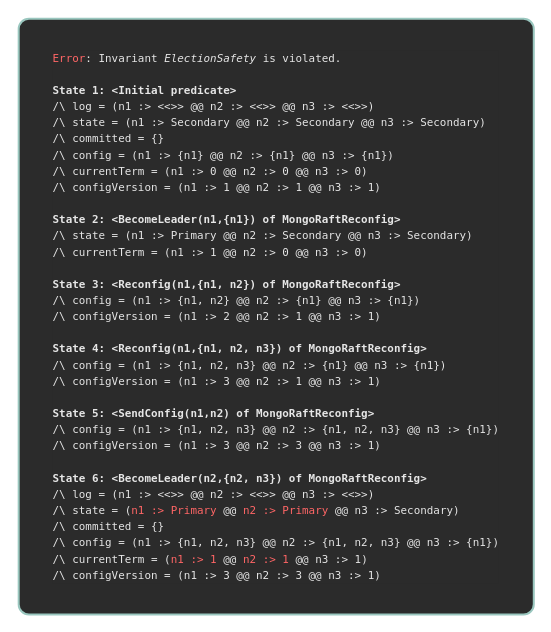
will62794/reconfig-traces keeps this draw.io diagram as page "t1" (1 of 8) of traces/traces.drawio. Above is the earlier version. Source tidied: cells renumbered, new cells numbered last; positions are measured from the earlier drawing's top-left corner, leaving out a move shared by most shapes. Both pictures are drawn from the tidied source at 101%, with x=0, y=0 at pixel (18, 18).
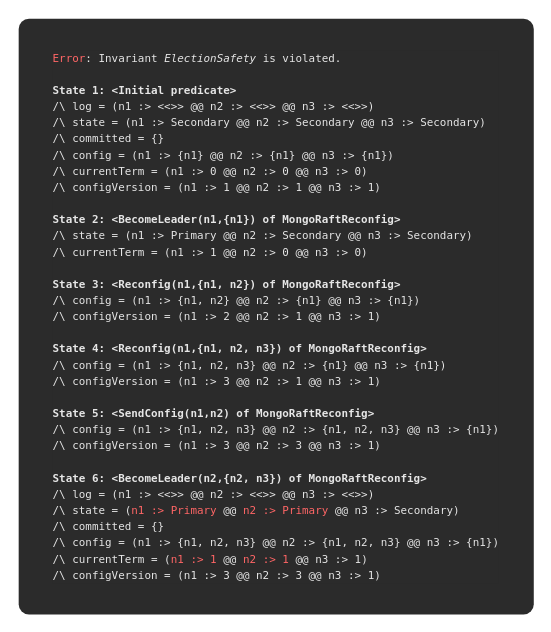
The same diagram, later.

What changed in the source:
```diff
@@
 <mxGraphModel>
   <root>
     <mxCell id="0" />
     <mxCell id="1" parent="0" />
-    <mxCell id="2" value="&lt;div style=&quot;background-color: rgb(43, 43, 43); line-height: 16px;&quot;&gt;&lt;div style=&quot;text-align: left; font-family: Menlo, Monaco, &amp;quot;Courier New&amp;quot;, monospace; font-size: 10.8px; white-space: pre;&quot;&gt;&lt;font style=&quot;color: rgb(255, 102, 102);&quot;&gt;Error&lt;/font&gt;&lt;font style=&quot;color: rgb(230, 230, 230);&quot;&gt;: Invariant &lt;i&gt;ElectionSafety&lt;/i&gt; is violated.&lt;/font&gt;&lt;/div&gt;&lt;div style=&quot;text-align: left; font-family: Menlo, Monaco, &amp;quot;Courier New&amp;quot;, monospace; font-size: 10.8px; white-space: pre;&quot;&gt;&lt;b&gt;&lt;font style=&quot;color: rgb(230, 230, 230);&quot;&gt;&lt;br&gt;&lt;/font&gt;&lt;/b&gt;&lt;/div&gt;&lt;div style=&quot;text-align: left; font-family: Menlo, Monaco, &amp;quot;Courier New&amp;quot;, monospace; font-size: 10.8px; white-space: pre;&quot;&gt;&lt;b&gt;&lt;font style=&quot;color: rgb(230, 230, 230);&quot;&gt;State 1: &amp;lt;Initial predicate&amp;gt;&lt;/font&gt;&lt;/b&gt;&lt;/div&gt;&lt;div style=&quot;text-align: left; font-family: Menlo, Monaco, &amp;quot;Courier New&amp;quot;, monospace; font-size: 10.8px; white-space: pre;&quot;&gt;&lt;font style=&quot;color: rgb(230, 230, 230);&quot;&gt;/\ log = (n1 :&amp;gt; &amp;lt;&amp;lt;&amp;gt;&amp;gt; @@ n2 :&amp;gt; &amp;lt;&amp;lt;&amp;gt;&amp;gt; @@ n3 :&amp;gt; &amp;lt;&amp;lt;&amp;gt;&amp;gt;)&lt;/font&gt;&lt;/div&gt;&lt;div style=&quot;text-align: left; font-family: Menlo, Monaco, &amp;quot;Courier New&amp;quot;, monospace; font-size: 10.8px; white-space: pre;&quot;&gt;&lt;font style=&quot;color: rgb(230, 230, 230);&quot;&gt;/\ state = (n1 :&amp;gt; Secondary @@ n2 :&amp;gt; Secondary @@ n3 :&amp;gt; Secondary)&lt;/font&gt;&lt;/div&gt;&lt;div style=&quot;text-align: left; font-family: Menlo, Monaco, &amp;quot;Courier New&amp;quot;, monospace; font-size: 10.8px; white-space: pre;&quot;&gt;&lt;font style=&quot;color: rgb(230, 230, 230);&quot;&gt;/\ committed = {}&lt;/font&gt;&lt;/div&gt;&lt;div style=&quot;text-align: left; font-family: Menlo, Monaco, &amp;quot;Courier New&amp;quot;, monospace; font-size: 10.8px; white-space: pre;&quot;&gt;&lt;font style=&quot;color: rgb(230, 230, 230);&quot;&gt;/\ config = (n1 :&amp;gt; {n1} @@ n2 :&amp;gt; {n1} @@ n3 :&amp;gt; {n1})&lt;/font&gt;&lt;/div&gt;&lt;div style=&quot;text-align: left; font-family: Menlo, Monaco, &amp;quot;Courier New&amp;quot;, monospace; font-size: 10.8px; white-space: pre;&quot;&gt;&lt;font style=&quot;color: rgb(230, 230, 230);&quot;&gt;/\ currentTerm = (n1 :&amp;gt; 0 @@ n2 :&amp;gt; 0 @@ n3 :&amp;gt; 0)&lt;/font&gt;&lt;/div&gt;&lt;div style=&quot;text-align: left; font-family: Menlo, Monaco, &amp;quot;Courier New&amp;quot;, monospace; font-size: 10.8px; white-space: pre;&quot;&gt;&lt;font style=&quot;color: rgb(230, 230, 230);&quot;&gt;/\ configVersion = (n1 :&amp;gt; 1 @@ n2 :&amp;gt; 1 @@ n3 :&amp;gt; 1)&lt;/font&gt;&lt;/div&gt;&lt;div style=&quot;text-align: left;&quot;&gt;&lt;font style=&quot;color: rgb(230, 230, 230);&quot;&gt;&lt;br&gt;&lt;/font&gt;&lt;/div&gt;&lt;div style=&quot;text-align: left; font-family: Menlo, Monaco, &amp;quot;Courier New&amp;quot;, monospace; font-size: 10.8px; white-space: pre;&quot;&gt;&lt;b&gt;&lt;font style=&quot;color: rgb(230, 230, 230);&quot;&gt;State 2: &amp;lt;BecomeLeader(n1,{n1}) of MongoRaftReconfig&amp;gt;&lt;/font&gt;&lt;/b&gt;&lt;/div&gt;&lt;div style=&quot;text-align: left; font-family: Menlo, Monaco, &amp;quot;Courier New&amp;quot;, monospace; font-size: 10.8px; white-space: pre;&quot;&gt;&lt;font style=&quot;color: rgb(230, 230, 230);&quot;&gt;/\ state = (n1 :&amp;gt; Primary @@ n2 :&amp;gt; Secondary @@ n3 :&amp;gt; Secondary)&lt;/font&gt;&lt;/div&gt;&lt;div style=&quot;text-align: left; font-family: Menlo, Monaco, &amp;quot;Courier New&amp;quot;, monospace; font-size: 10.8px; white-space: pre;&quot;&gt;&lt;font style=&quot;color: rgb(230, 230, 230);&quot;&gt;/\ currentTerm = (n1 :&amp;gt; 1 @@ n2 :&amp;gt; 0 @@ n3 :&amp;gt; 0)&lt;/font&gt;&lt;/div&gt;&lt;div style=&quot;text-align: left;&quot;&gt;&lt;font style=&quot;color: rgb(230, 230, 230);&quot;&gt;&lt;br&gt;&lt;/font&gt;&lt;/div&gt;&lt;div style=&quot;text-align: left; font-family: Menlo, Monaco, &amp;quot;Courier New&amp;quot;, monospace; font-size: 10.8px; white-space: pre;&quot;&gt;&lt;b&gt;&lt;font style=&quot;color: rgb(230, 230, 230);&quot;&gt;State 3: &amp;lt;Reconfig(n1,{n1, n2}) of MongoRaftReconfig&amp;gt;&lt;/font&gt;&lt;/b&gt;&lt;/div&gt;&lt;div style=&quot;text-align: left; font-family: Menlo, Monaco, &amp;quot;Courier New&amp;quot;, monospace; font-size: 10.8px; white-space: pre;&quot;&gt;&lt;font style=&quot;color: rgb(230, 230, 230);&quot;&gt;/\ config = (n1 :&amp;gt; {n1, n2} @@ n2 :&amp;gt; {n1} @@ n3 :&amp;gt; {n1})&lt;/font&gt;&lt;/div&gt;&lt;div style=&quot;text-align: left; font-family: Menlo, Monaco, &amp;quot;Courier New&amp;quot;, monospace; font-size: 10.8px; white-space: pre;&quot;&gt;&lt;font style=&quot;color: rgb(230, 230, 230);&quot;&gt;/\ configVersion = (n1 :&amp;gt; 2 @@ n2 :&amp;gt; 1 @@ n3 :&amp;gt; 1)&lt;/font&gt;&lt;/div&gt;&lt;div style=&quot;text-align: left;&quot;&gt;&lt;font style=&quot;color: rgb(230, 230, 230);&quot;&gt;&lt;br&gt;&lt;/font&gt;&lt;/div&gt;&lt;div style=&quot;text-align: left; font-family: Menlo, Monaco, &amp;quot;Courier New&amp;quot;, monospace; font-size: 10.8px; white-space: pre;&quot;&gt;&lt;b&gt;&lt;font style=&quot;color: rgb(230, 230, 230);&quot;&gt;State 4: &amp;lt;Reconfig(n1,{n1, n2, n3}) of MongoRaftReconfig&amp;gt;&lt;/font&gt;&lt;/b&gt;&lt;/div&gt;&lt;div style=&quot;text-align: left; font-family: Menlo, Monaco, &amp;quot;Courier New&amp;quot;, monospace; font-size: 10.8px; white-space: pre;&quot;&gt;&lt;font style=&quot;color: rgb(230, 230, 230);&quot;&gt;/\ config = (n1 :&amp;gt; {n1, n2, n3} @@ n2 :&amp;gt; {n1} @@ n3 :&amp;gt; {n1})&lt;/font&gt;&lt;/div&gt;&lt;div style=&quot;text-align: left; font-family: Menlo, Monaco, &amp;quot;Courier New&amp;quot;, monospace; font-size: 10.8px; white-space: pre;&quot;&gt;&lt;font style=&quot;color: rgb(230, 230, 230);&quot;&gt;/\ configVersion = (n1 :&amp;gt; 3 @@ n2 :&amp;gt; 1 @@ n3 :&amp;gt; 1)&lt;/font&gt;&lt;/div&gt;&lt;div style=&quot;text-align: left;&quot;&gt;&lt;font style=&quot;color: rgb(230, 230, 230);&quot;&gt;&lt;br&gt;&lt;/font&gt;&lt;/div&gt;&lt;div style=&quot;text-align: left; font-family: Menlo, Monaco, &amp;quot;Courier New&amp;quot;, monospace; font-size: 10.8px; white-space: pre;&quot;&gt;&lt;b&gt;&lt;font style=&quot;color: rgb(230, 230, 230);&quot;&gt;State 5: &amp;lt;SendConfig(n1,n2) of MongoRaftReconfig&amp;gt;&lt;/font&gt;&lt;/b&gt;&lt;/div&gt;&lt;div style=&quot;text-align: left; font-family: Menlo, Monaco, &amp;quot;Courier New&amp;quot;, monospace; font-size: 10.8px; white-space: pre;&quot;&gt;&lt;font style=&quot;color: rgb(230, 230, 230);&quot;&gt;/\ config = (n1 :&amp;gt; {n1, n2, n3} @@ n2 :&amp;gt; {n1, n2, n3} @@ n3 :&amp;gt; {n1})&lt;/font&gt;&lt;/div&gt;&lt;div style=&quot;text-align: left; font-family: Menlo, Monaco, &amp;quot;Courier New&amp;quot;, monospace; font-size: 10.8px; white-space: pre;&quot;&gt;&lt;font style=&quot;color: rgb(230, 230, 230);&quot;&gt;/\ configVersion = (n1 :&amp;gt; 3 @@ n2 :&amp;gt; 3 @@ n3 :&amp;gt; 1)&lt;/font&gt;&lt;/div&gt;&lt;div style=&quot;text-align: left;&quot;&gt;&lt;font style=&quot;color: rgb(230, 230, 230);&quot;&gt;&lt;br&gt;&lt;/font&gt;&lt;/div&gt;&lt;div style=&quot;text-align: left; font-family: Menlo, Monaco, &amp;quot;Courier New&amp;quot;, monospace; font-size: 10.8px; white-space: pre;&quot;&gt;&lt;b&gt;&lt;font style=&quot;color: rgb(230, 230, 230);&quot;&gt;State 6: &amp;lt;BecomeLeader(n2,{n2, n3}) of MongoRaftReconfig&amp;gt;&lt;/font&gt;&lt;/b&gt;&lt;/div&gt;&lt;div style=&quot;text-align: left; font-family: Menlo, Monaco, &amp;quot;Courier New&amp;quot;, monospace; font-size: 10.8px; white-space: pre;&quot;&gt;&lt;font style=&quot;color: rgb(230, 230, 230);&quot;&gt;/\ log = (n1 :&amp;gt; &amp;lt;&amp;lt;&amp;gt;&amp;gt; @@ n2 :&amp;gt; &amp;lt;&amp;lt;&amp;gt;&amp;gt; @@ n3 :&amp;gt; &amp;lt;&amp;lt;&amp;gt;&amp;gt;)&lt;/font&gt;&lt;/div&gt;&lt;div style=&quot;text-align: left; font-family: Menlo, Monaco, &amp;quot;Courier New&amp;quot;, monospace; font-size: 10.8px; white-space: pre;&quot;&gt;&lt;font&gt;&lt;font color=&quot;#e6e6e6&quot;&gt;/\ state = (&lt;/font&gt;&lt;font style=&quot;color: rgb(255, 102, 102);&quot;&gt;n1 :&amp;gt; &lt;font style=&quot;&quot;&gt;Primary&lt;/font&gt;&lt;/font&gt;&lt;span style=&quot;color: rgb(230, 230, 230);&quot;&gt; @@ &lt;/span&gt;&lt;font style=&quot;color: rgb(255, 102, 102);&quot;&gt;n2 :&amp;gt; &lt;font style=&quot;&quot;&gt;Primary&lt;/font&gt;&lt;/font&gt;&lt;font style=&quot;color: rgb(230, 230, 230);&quot;&gt; @@ n3 :&amp;gt; Secondary)&lt;/font&gt;&lt;/font&gt;&lt;/div&gt;&lt;div style=&quot;text-align: left; font-family: Menlo, Monaco, &amp;quot;Courier New&amp;quot;, monospace; font-size: 10.8px; white-space: pre;&quot;&gt;&lt;font style=&quot;color: rgb(230, 230, 230);&quot;&gt;/\ committed = {}&lt;/font&gt;&lt;/div&gt;&lt;div style=&quot;text-align: left; font-family: Menlo, Monaco, &amp;quot;Courier New&amp;quot;, monospace; font-size: 10.8px; white-space: pre;&quot;&gt;&lt;font style=&quot;color: rgb(230, 230, 230);&quot;&gt;/\ config = (n1 :&amp;gt; {n1, n2, n3} @@ n2 :&amp;gt; {n1, n2, n3} @@ n3 :&amp;gt; {n1})&lt;/font&gt;&lt;/div&gt;&lt;div style=&quot;text-align: left; font-family: Menlo, Monaco, &amp;quot;Courier New&amp;quot;, monospace; font-size: 10.8px; white-space: pre;&quot;&gt;&lt;font style=&quot;color: rgb(230, 230, 230);&quot;&gt;/\ currentTerm = (&lt;/font&gt;&lt;font style=&quot;color: rgb(255, 102, 102);&quot;&gt;n1 :&amp;gt; 1&lt;/font&gt;&lt;font style=&quot;color: rgb(230, 230, 230);&quot;&gt; @@ &lt;/font&gt;&lt;font style=&quot;color: rgb(255, 102, 102);&quot;&gt;n2 :&amp;gt; 1&lt;/font&gt;&lt;font style=&quot;color: rgb(230, 230, 230);&quot;&gt; @@ n3 :&amp;gt; 1)&lt;/font&gt;&lt;/div&gt;&lt;div style=&quot;text-align: left; font-family: Menlo, Monaco, &amp;quot;Courier New&amp;quot;, monospace; font-size: 10.8px; white-space: pre;&quot;&gt;&lt;font style=&quot;color: rgb(230, 230, 230);&quot;&gt;/\ configVersion = (n1 :&amp;gt; 3 @@ n2 :&amp;gt; 3 @@ n3 :&amp;gt; 1)&lt;/font&gt;&lt;/div&gt;&lt;/div&gt;" style="text;html=1;align=center;verticalAlign=middle;whiteSpace=wrap;rounded=1;strokeColor=#9AC7BF;fillColor=light-dark(#2B2B2B,#282A35);gradientColor=none;arcSize=2;imageHeight=24;strokeWidth=2;" parent="1" vertex="1">
+    <mxCell id="2" value="&lt;div style=&quot;background-color: rgb(43, 43, 43); line-height: 16px;&quot;&gt;&lt;div style=&quot;text-align: left; font-family: Menlo, Monaco, &amp;quot;Courier New&amp;quot;, monospace; font-size: 10.8px; white-space: pre;&quot;&gt;&lt;font style=&quot;color: rgb(255, 102, 102);&quot;&gt;Error&lt;/font&gt;&lt;font style=&quot;color: rgb(230, 230, 230);&quot;&gt;: Invariant &lt;i&gt;ElectionSafety&lt;/i&gt; is violated.&lt;/font&gt;&lt;/div&gt;&lt;div style=&quot;text-align: left; font-family: Menlo, Monaco, &amp;quot;Courier New&amp;quot;, monospace; font-size: 10.8px; white-space: pre;&quot;&gt;&lt;b&gt;&lt;font style=&quot;color: rgb(230, 230, 230);&quot;&gt;&lt;br&gt;&lt;/font&gt;&lt;/b&gt;&lt;/div&gt;&lt;div style=&quot;text-align: left; font-family: Menlo, Monaco, &amp;quot;Courier New&amp;quot;, monospace; font-size: 10.8px; white-space: pre;&quot;&gt;&lt;b&gt;&lt;font style=&quot;color: rgb(230, 230, 230);&quot;&gt;State 1: &amp;lt;Initial predicate&amp;gt;&lt;/font&gt;&lt;/b&gt;&lt;/div&gt;&lt;div style=&quot;text-align: left; font-family: Menlo, Monaco, &amp;quot;Courier New&amp;quot;, monospace; font-size: 10.8px; white-space: pre;&quot;&gt;&lt;font style=&quot;color: rgb(230, 230, 230);&quot;&gt;/\ log = (n1 :&amp;gt; &amp;lt;&amp;lt;&amp;gt;&amp;gt; @@ n2 :&amp;gt; &amp;lt;&amp;lt;&amp;gt;&amp;gt; @@ n3 :&amp;gt; &amp;lt;&amp;lt;&amp;gt;&amp;gt;)&lt;/font&gt;&lt;/div&gt;&lt;div style=&quot;text-align: left; font-family: Menlo, Monaco, &amp;quot;Courier New&amp;quot;, monospace; font-size: 10.8px; white-space: pre;&quot;&gt;&lt;font style=&quot;color: rgb(230, 230, 230);&quot;&gt;/\ state = (n1 :&amp;gt; Secondary @@ n2 :&amp;gt; Secondary @@ n3 :&amp;gt; Secondary)&lt;/font&gt;&lt;/div&gt;&lt;div style=&quot;text-align: left; font-family: Menlo, Monaco, &amp;quot;Courier New&amp;quot;, monospace; font-size: 10.8px; white-space: pre;&quot;&gt;&lt;font style=&quot;color: rgb(230, 230, 230);&quot;&gt;/\ committed = {}&lt;/font&gt;&lt;/div&gt;&lt;div style=&quot;text-align: left; font-family: Menlo, Monaco, &amp;quot;Courier New&amp;quot;, monospace; font-size: 10.8px; white-space: pre;&quot;&gt;&lt;font style=&quot;color: rgb(230, 230, 230);&quot;&gt;/\ config = (n1 :&amp;gt; {n1} @@ n2 :&amp;gt; {n1} @@ n3 :&amp;gt; {n1})&lt;/font&gt;&lt;/div&gt;&lt;div style=&quot;text-align: left; font-family: Menlo, Monaco, &amp;quot;Courier New&amp;quot;, monospace; font-size: 10.8px; white-space: pre;&quot;&gt;&lt;font style=&quot;color: rgb(230, 230, 230);&quot;&gt;/\ currentTerm = (n1 :&amp;gt; 0 @@ n2 :&amp;gt; 0 @@ n3 :&amp;gt; 0)&lt;/font&gt;&lt;/div&gt;&lt;div style=&quot;text-align: left; font-family: Menlo, Monaco, &amp;quot;Courier New&amp;quot;, monospace; font-size: 10.8px; white-space: pre;&quot;&gt;&lt;font style=&quot;color: rgb(230, 230, 230);&quot;&gt;/\ configVersion = (n1 :&amp;gt; 1 @@ n2 :&amp;gt; 1 @@ n3 :&amp;gt; 1)&lt;/font&gt;&lt;/div&gt;&lt;div style=&quot;text-align: left;&quot;&gt;&lt;font style=&quot;color: rgb(230, 230, 230);&quot;&gt;&lt;br&gt;&lt;/font&gt;&lt;/div&gt;&lt;div style=&quot;text-align: left; font-family: Menlo, Monaco, &amp;quot;Courier New&amp;quot;, monospace; font-size: 10.8px; white-space: pre;&quot;&gt;&lt;b&gt;&lt;font style=&quot;color: rgb(230, 230, 230);&quot;&gt;State 2: &amp;lt;BecomeLeader(n1,{n1}) of MongoRaftReconfig&amp;gt;&lt;/font&gt;&lt;/b&gt;&lt;/div&gt;&lt;div style=&quot;text-align: left; font-family: Menlo, Monaco, &amp;quot;Courier New&amp;quot;, monospace; font-size: 10.8px; white-space: pre;&quot;&gt;&lt;font style=&quot;color: rgb(230, 230, 230);&quot;&gt;/\ state = (n1 :&amp;gt; Primary @@ n2 :&amp;gt; Secondary @@ n3 :&amp;gt; Secondary)&lt;/font&gt;&lt;/div&gt;&lt;div style=&quot;text-align: left; font-family: Menlo, Monaco, &amp;quot;Courier New&amp;quot;, monospace; font-size: 10.8px; white-space: pre;&quot;&gt;&lt;font style=&quot;color: rgb(230, 230, 230);&quot;&gt;/\ currentTerm = (n1 :&amp;gt; 1 @@ n2 :&amp;gt; 0 @@ n3 :&amp;gt; 0)&lt;/font&gt;&lt;/div&gt;&lt;div style=&quot;text-align: left;&quot;&gt;&lt;font style=&quot;color: rgb(230, 230, 230);&quot;&gt;&lt;br&gt;&lt;/font&gt;&lt;/div&gt;&lt;div style=&quot;text-align: left; font-family: Menlo, Monaco, &amp;quot;Courier New&amp;quot;, monospace; font-size: 10.8px; white-space: pre;&quot;&gt;&lt;b&gt;&lt;font style=&quot;color: rgb(230, 230, 230);&quot;&gt;State 3: &amp;lt;Reconfig(n1,{n1, n2}) of MongoRaftReconfig&amp;gt;&lt;/font&gt;&lt;/b&gt;&lt;/div&gt;&lt;div style=&quot;text-align: left; font-family: Menlo, Monaco, &amp;quot;Courier New&amp;quot;, monospace; font-size: 10.8px; white-space: pre;&quot;&gt;&lt;font style=&quot;color: rgb(230, 230, 230);&quot;&gt;/\ config = (n1 :&amp;gt; {n1, n2} @@ n2 :&amp;gt; {n1} @@ n3 :&amp;gt; {n1})&lt;/font&gt;&lt;/div&gt;&lt;div style=&quot;text-align: left; font-family: Menlo, Monaco, &amp;quot;Courier New&amp;quot;, monospace; font-size: 10.8px; white-space: pre;&quot;&gt;&lt;font style=&quot;color: rgb(230, 230, 230);&quot;&gt;/\ configVersion = (n1 :&amp;gt; 2 @@ n2 :&amp;gt; 1 @@ n3 :&amp;gt; 1)&lt;/font&gt;&lt;/div&gt;&lt;div style=&quot;text-align: left;&quot;&gt;&lt;font style=&quot;color: rgb(230, 230, 230);&quot;&gt;&lt;br&gt;&lt;/font&gt;&lt;/div&gt;&lt;div style=&quot;text-align: left; font-family: Menlo, Monaco, &amp;quot;Courier New&amp;quot;, monospace; font-size: 10.8px; white-space: pre;&quot;&gt;&lt;b&gt;&lt;font style=&quot;color: rgb(230, 230, 230);&quot;&gt;State 4: &amp;lt;Reconfig(n1,{n1, n2, n3}) of MongoRaftReconfig&amp;gt;&lt;/font&gt;&lt;/b&gt;&lt;/div&gt;&lt;div style=&quot;text-align: left; font-family: Menlo, Monaco, &amp;quot;Courier New&amp;quot;, monospace; font-size: 10.8px; white-space: pre;&quot;&gt;&lt;font style=&quot;color: rgb(230, 230, 230);&quot;&gt;/\ config = (n1 :&amp;gt; {n1, n2, n3} @@ n2 :&amp;gt; {n1} @@ n3 :&amp;gt; {n1})&lt;/font&gt;&lt;/div&gt;&lt;div style=&quot;text-align: left; font-family: Menlo, Monaco, &amp;quot;Courier New&amp;quot;, monospace; font-size: 10.8px; white-space: pre;&quot;&gt;&lt;font style=&quot;color: rgb(230, 230, 230);&quot;&gt;/\ configVersion = (n1 :&amp;gt; 3 @@ n2 :&amp;gt; 1 @@ n3 :&amp;gt; 1)&lt;/font&gt;&lt;/div&gt;&lt;div style=&quot;text-align: left;&quot;&gt;&lt;font style=&quot;color: rgb(230, 230, 230);&quot;&gt;&lt;br&gt;&lt;/font&gt;&lt;/div&gt;&lt;div style=&quot;text-align: left; font-family: Menlo, Monaco, &amp;quot;Courier New&amp;quot;, monospace; font-size: 10.8px; white-space: pre;&quot;&gt;&lt;b&gt;&lt;font style=&quot;color: rgb(230, 230, 230);&quot;&gt;State 5: &amp;lt;SendConfig(n1,n2) of MongoRaftReconfig&amp;gt;&lt;/font&gt;&lt;/b&gt;&lt;/div&gt;&lt;div style=&quot;text-align: left; font-family: Menlo, Monaco, &amp;quot;Courier New&amp;quot;, monospace; font-size: 10.8px; white-space: pre;&quot;&gt;&lt;font style=&quot;color: rgb(230, 230, 230);&quot;&gt;/\ config = (n1 :&amp;gt; {n1, n2, n3} @@ n2 :&amp;gt; {n1, n2, n3} @@ n3 :&amp;gt; {n1})&lt;/font&gt;&lt;/div&gt;&lt;div style=&quot;text-align: left; font-family: Menlo, Monaco, &amp;quot;Courier New&amp;quot;, monospace; font-size: 10.8px; white-space: pre;&quot;&gt;&lt;font style=&quot;color: rgb(230, 230, 230);&quot;&gt;/\ configVersion = (n1 :&amp;gt; 3 @@ n2 :&amp;gt; 3 @@ n3 :&amp;gt; 1)&lt;/font&gt;&lt;/div&gt;&lt;div style=&quot;text-align: left;&quot;&gt;&lt;font style=&quot;color: rgb(230, 230, 230);&quot;&gt;&lt;br&gt;&lt;/font&gt;&lt;/div&gt;&lt;div style=&quot;text-align: left; font-family: Menlo, Monaco, &amp;quot;Courier New&amp;quot;, monospace; font-size: 10.8px; white-space: pre;&quot;&gt;&lt;b&gt;&lt;font style=&quot;color: rgb(230, 230, 230);&quot;&gt;State 6: &amp;lt;BecomeLeader(n2,{n2, n3}) of MongoRaftReconfig&amp;gt;&lt;/font&gt;&lt;/b&gt;&lt;/div&gt;&lt;div style=&quot;text-align: left; font-family: Menlo, Monaco, &amp;quot;Courier New&amp;quot;, monospace; font-size: 10.8px; white-space: pre;&quot;&gt;&lt;font style=&quot;color: rgb(230, 230, 230);&quot;&gt;/\ log = (n1 :&amp;gt; &amp;lt;&amp;lt;&amp;gt;&amp;gt; @@ n2 :&amp;gt; &amp;lt;&amp;lt;&amp;gt;&amp;gt; @@ n3 :&amp;gt; &amp;lt;&amp;lt;&amp;gt;&amp;gt;)&lt;/font&gt;&lt;/div&gt;&lt;div style=&quot;text-align: left; font-family: Menlo, Monaco, &amp;quot;Courier New&amp;quot;, monospace; font-size: 10.8px; white-space: pre;&quot;&gt;&lt;font&gt;&lt;font color=&quot;#e6e6e6&quot;&gt;/\ state = (&lt;/font&gt;&lt;font style=&quot;color: rgb(255, 102, 102);&quot;&gt;n1 :&amp;gt; &lt;font style=&quot;&quot;&gt;Primary&lt;/font&gt;&lt;/font&gt;&lt;span style=&quot;color: rgb(230, 230, 230);&quot;&gt; @@ &lt;/span&gt;&lt;font style=&quot;color: rgb(255, 102, 102);&quot;&gt;n2 :&amp;gt; &lt;font style=&quot;&quot;&gt;Primary&lt;/font&gt;&lt;/font&gt;&lt;font style=&quot;color: rgb(230, 230, 230);&quot;&gt; @@ n3 :&amp;gt; Secondary)&lt;/font&gt;&lt;/font&gt;&lt;/div&gt;&lt;div style=&quot;text-align: left; font-family: Menlo, Monaco, &amp;quot;Courier New&amp;quot;, monospace; font-size: 10.8px; white-space: pre;&quot;&gt;&lt;font style=&quot;color: rgb(230, 230, 230);&quot;&gt;/\ committed = {}&lt;/font&gt;&lt;/div&gt;&lt;div style=&quot;text-align: left; font-family: Menlo, Monaco, &amp;quot;Courier New&amp;quot;, monospace; font-size: 10.8px; white-space: pre;&quot;&gt;&lt;font style=&quot;color: rgb(230, 230, 230);&quot;&gt;/\ config = (n1 :&amp;gt; {n1, n2, n3} @@ n2 :&amp;gt; {n1, n2, n3} @@ n3 :&amp;gt; {n1})&lt;/font&gt;&lt;/div&gt;&lt;div style=&quot;text-align: left; font-family: Menlo, Monaco, &amp;quot;Courier New&amp;quot;, monospace; font-size: 10.8px; white-space: pre;&quot;&gt;&lt;font style=&quot;color: rgb(230, 230, 230);&quot;&gt;/\ currentTerm = (&lt;/font&gt;&lt;font style=&quot;color: rgb(255, 102, 102);&quot;&gt;n1 :&amp;gt; 1&lt;/font&gt;&lt;font style=&quot;color: rgb(230, 230, 230);&quot;&gt; @@ &lt;/font&gt;&lt;font style=&quot;color: rgb(255, 102, 102);&quot;&gt;n2 :&amp;gt; 1&lt;/font&gt;&lt;font style=&quot;color: rgb(230, 230, 230);&quot;&gt; @@ n3 :&amp;gt; 1)&lt;/font&gt;&lt;/div&gt;&lt;div style=&quot;text-align: left; font-family: Menlo, Monaco, &amp;quot;Courier New&amp;quot;, monospace; font-size: 10.8px; white-space: pre;&quot;&gt;&lt;font style=&quot;color: rgb(230, 230, 230);&quot;&gt;/\ configVersion = (n1 :&amp;gt; 3 @@ n2 :&amp;gt; 3 @@ n3 :&amp;gt; 1)&lt;/font&gt;&lt;/div&gt;&lt;/div&gt;" style="text;html=1;align=center;verticalAlign=middle;whiteSpace=wrap;rounded=1;strokeColor=none;fillColor=light-dark(#2B2B2B,#282A35);gradientColor=none;arcSize=2;imageHeight=24;strokeWidth=2;" parent="1" vertex="1">
       <mxGeometry width="510" height="590" as="geometry" />
     </mxCell>
   </root>
 </mxGraphModel>
```
